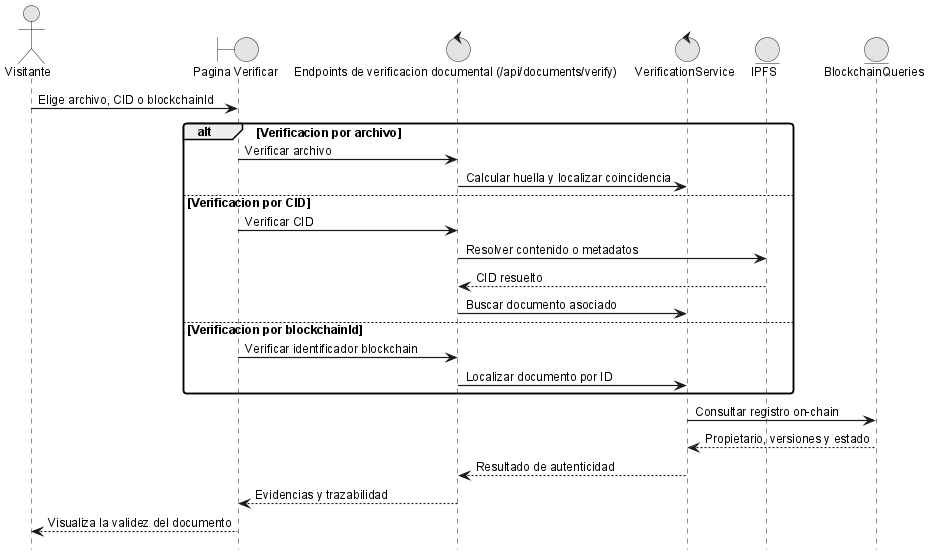
ErDeivih/DocumentChain keeps this PlantUML diagram as anexos/diagramas/seq-verify-authenticity.png. Above is the earlier version.
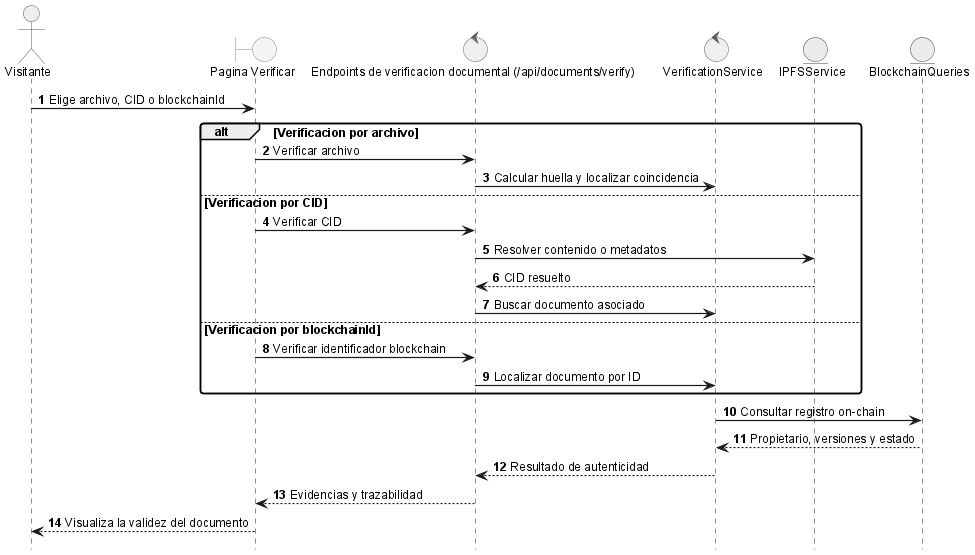
Later version of the same file.

What changed in the source:
```diff
@@ -4,7 +4,7 @@
 boundary "Pagina Verificar" as ui
 control "Endpoints de verificacion documental (/api/documents/verify)" as api
 control "VerificationService" as srv
-entity "IPFS" as ipfs
+entity "IPFSService" as ipfs
 entity "BlockchainQueries" as chain
 
 visitor -> ui: Elige archivo, CID o blockchainId
```
